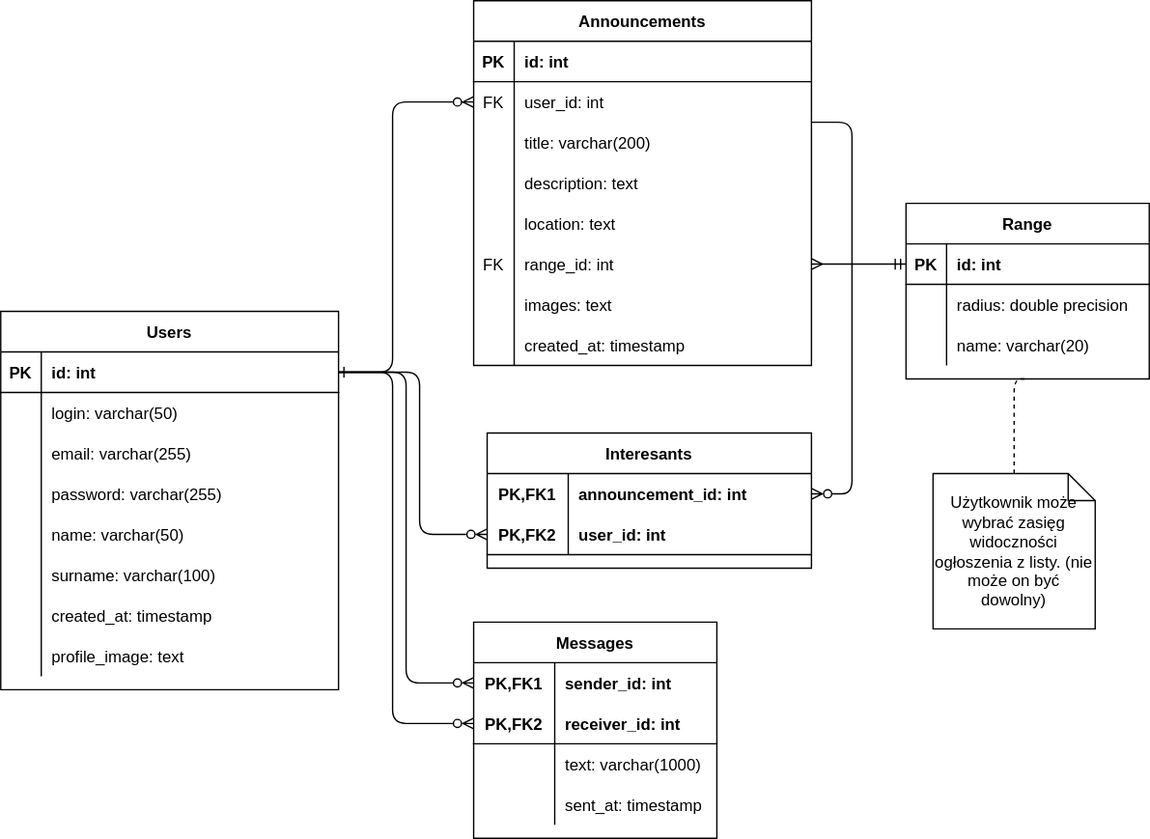
Earlier version of the draw.io export database_model.svg (CKTA00/WDPAI_project). Source tidied: cells renumbered, new cells last; positions are measured from the earlier drawing's top-left corner, leaving out a move shared by most shapes.
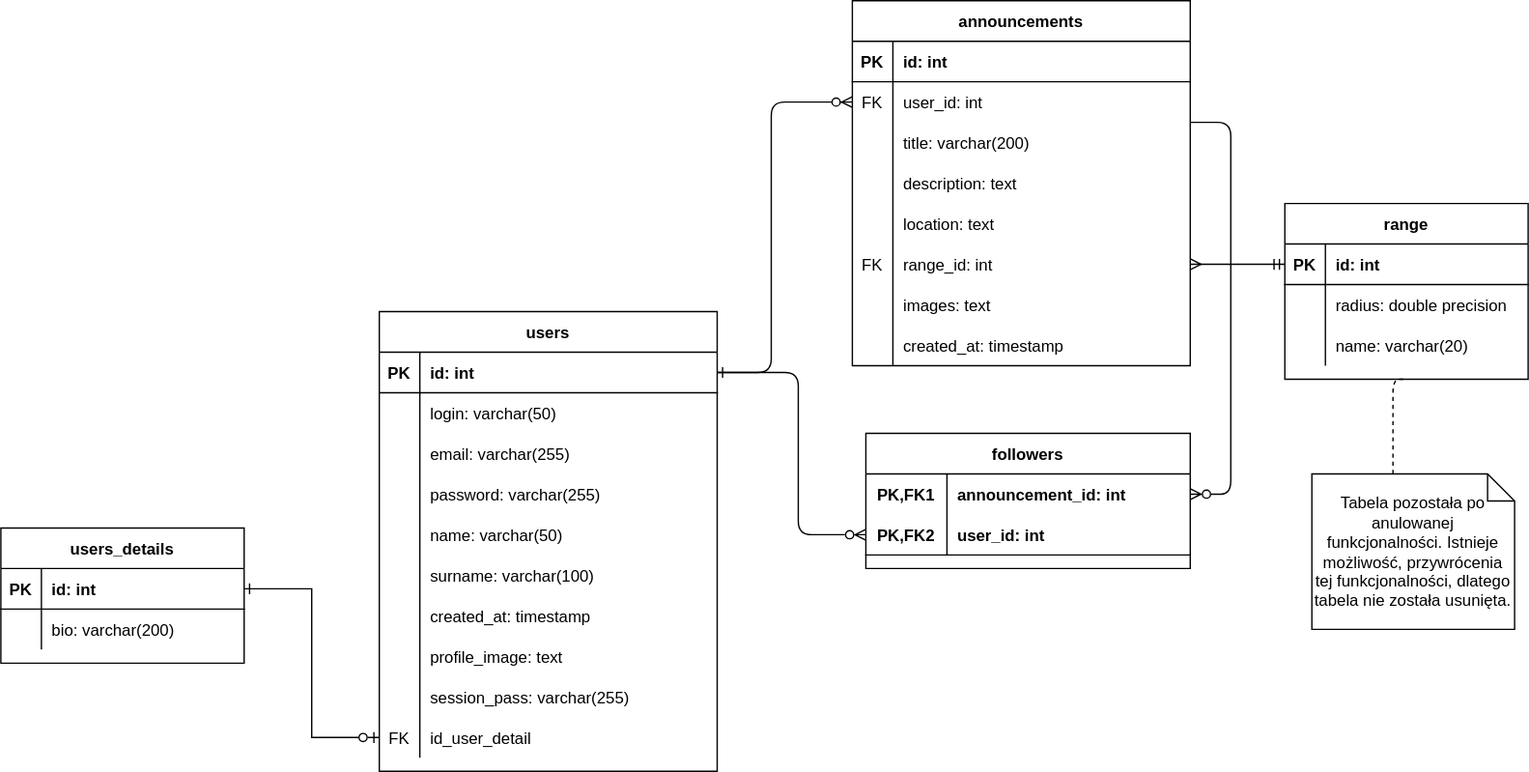
After the change.

What changed in the source:
```diff
@@ -9,7 +9,7 @@
         </Array>
       </mxGeometry>
     </mxCell>
-    <mxCell id="3" value="Announcements" style="shape=table;startSize=30;rowLines=0;fontStyle=1;align=center;" parent="1" vertex="1">
+    <mxCell id="3" value="announcements" style="shape=table;startSize=30;rowLines=0;fontStyle=1;align=center;" parent="1" vertex="1">
       <mxGeometry x="350" width="250" height="270" as="geometry" />
     </mxCell>
     <mxCell id="4" style="shape=partialRectangle;fillColor=none;top=0;left=0;right=0;bottom=1;" parent="3" vertex="1">
@@ -84,8 +84,8 @@
     <mxCell id="27" value="created_at: timestamp" style="shape=partialRectangle;overflow=hidden;fillColor=none;top=0;left=0;bottom=0;right=0;align=left;spacingLeft=6;" parent="25" vertex="1">
       <mxGeometry x="30" width="220" height="30" as="geometry" />
     </mxCell>
-    <mxCell id="28" value="Users" style="shape=table;startSize=30;rowLines=0;fontStyle=1;align=center;" parent="1" vertex="1">
-      <mxGeometry y="230" width="250" height="280" as="geometry" />
+    <mxCell id="28" value="users" style="shape=table;startSize=30;rowLines=0;fontStyle=1;align=center;" parent="1" vertex="1">
+      <mxGeometry y="230" width="250" height="340" as="geometry" />
     </mxCell>
     <mxCell id="29" style="shape=partialRectangle;fillColor=none;points=[[0,0.5],[1,0.5]];portConstraint=eastwest;top=0;left=0;right=0;bottom=1;" parent="28" vertex="1">
       <mxGeometry y="30" width="250" height="30" as="geometry" />
@@ -159,7 +159,25 @@
     <mxCell id="52" value="profile_image: text" style="shape=partialRectangle;overflow=hidden;fillColor=none;top=0;left=0;bottom=0;right=0;align=left;spacingLeft=6;" parent="50" vertex="1">
       <mxGeometry x="30" width="220" height="30" as="geometry" />
     </mxCell>
+    <mxCell id="90" style="shape=partialRectangle;fillColor=none;top=0;left=0;right=0;bottom=0;" parent="28" vertex="1">
+      <mxGeometry y="270" width="250" height="30" as="geometry" />
+    </mxCell>
+    <mxCell id="91" style="shape=partialRectangle;overflow=hidden;fillColor=none;top=0;left=0;bottom=0;right=0;" parent="90" vertex="1">
+      <mxGeometry width="30" height="30" as="geometry" />
+    </mxCell>
+    <mxCell id="92" value="session_pass: varchar(255)" style="shape=partialRectangle;overflow=hidden;fillColor=none;top=0;left=0;bottom=0;right=0;align=left;spacingLeft=6;" parent="90" vertex="1">
+      <mxGeometry x="30" width="220" height="30" as="geometry" />
+    </mxCell>
+    <mxCell id="93" style="shape=partialRectangle;fillColor=none;points=[[0,0.5],[1,0.5]];portConstraint=eastwest;top=0;left=0;right=0;bottom=0;" parent="28" vertex="1">
+      <mxGeometry y="300" width="250" height="30" as="geometry" />
+    </mxCell>
+    <mxCell id="94" value="FK" style="shape=partialRectangle;overflow=hidden;fillColor=none;top=0;left=0;bottom=0;right=0;" parent="93" vertex="1">
+      <mxGeometry width="30" height="30" as="geometry" />
+    </mxCell>
+    <mxCell id="95" value="id_user_detail" style="shape=partialRectangle;overflow=hidden;fillColor=none;top=0;left=0;bottom=0;right=0;align=left;spacingLeft=6;" parent="93" vertex="1">
+      <mxGeometry x="30" width="220" height="30" as="geometry" />
+    </mxCell>
-    <mxCell id="53" value="Interesants" style="shape=table;startSize=30;rowLines=0;fontStyle=1;align=center;" parent="1" vertex="1">
+    <mxCell id="53" value="followers" style="shape=table;startSize=30;rowLines=0;fontStyle=1;align=center;" parent="1" vertex="1">
       <mxGeometry x="360" y="320" width="240" height="100" as="geometry" />
     </mxCell>
     <mxCell id="54" style="shape=partialRectangle;fillColor=none;top=0;left=0;bottom=0;right=0;points=[[0,0.5],[1,0.5]];portConstraint=eastwest;" parent="53" vertex="1">
@@ -192,7 +210,7 @@
         </Array>
       </mxGeometry>
     </mxCell>
-    <mxCell id="62" value="Range" style="shape=table;startSize=30;rowLines=0;fontStyle=1;align=center;" parent="1" vertex="1">
+    <mxCell id="62" value="range" style="shape=table;startSize=30;rowLines=0;fontStyle=1;align=center;" parent="1" vertex="1">
       <mxGeometry x="670" y="150" width="180" height="130" as="geometry" />
     </mxCell>
     <mxCell id="63" style="shape=partialRectangle;fillColor=none;top=0;left=0;bottom=1;right=0;points=[[0,0.5],[1,0.5]];portConstraint=eastwest;" parent="62" vertex="1">
@@ -234,63 +252,32 @@
         </Array>
       </mxGeometry>
     </mxCell>
-    <mxCell id="74" value="Użytkownik może wybrać zasięg widoczności ogłoszenia z listy. (nie może on być dowolny)" style="shape=note;size=20;whiteSpace=wrap;html=1;" parent="1" vertex="1">
-      <mxGeometry x="690" y="350" width="120" height="115" as="geometry" />
+    <mxCell id="74" value="&lt;div&gt;Tabela pozostała po anulowanej funkcjonalności. Istnieje możliwość, przywrócenia tej funkcjonalności, dlatego tabela nie została usunięta.&lt;/div&gt;" style="shape=note;size=20;whiteSpace=wrap;html=1;" parent="1" vertex="1">
+      <mxGeometry x="690" y="350" width="150" height="115" as="geometry" />
     </mxCell>
-    <mxCell id="75" value="Messages" style="shape=table;startSize=30;rowLines=0;fontStyle=1;align=center;" parent="1" vertex="1">
-      <mxGeometry x="350" y="460" width="180" height="160" as="geometry" />
-    </mxCell>
-    <mxCell id="76" style="shape=partialRectangle;fillColor=none;top=0;left=0;bottom=0;right=0;points=[[0,0.5],[1,0.5]];portConstraint=eastwest;" parent="75" vertex="1">
-      <mxGeometry y="30" width="180" height="30" as="geometry" />
-    </mxCell>
-    <mxCell id="77" value="PK,FK1" style="shape=partialRectangle;fillColor=none;top=0;left=0;bottom=0;right=0;fontStyle=1;overflow=hidden;" parent="76" vertex="1">
-      <mxGeometry width="60" height="30" as="geometry" />
-    </mxCell>
-    <mxCell id="78" value="sender_id: int" style="shape=partialRectangle;fillColor=none;top=0;left=0;bottom=0;right=0;align=left;spacingLeft=6;fontStyle=1;overflow=hidden;" parent="76" vertex="1">
-      <mxGeometry x="60" width="120" height="30" as="geometry" />
-    </mxCell>
-    <mxCell id="79" style="shape=partialRectangle;fillColor=none;top=0;left=0;bottom=1;right=0;points=[[0,0.5],[1,0.5]];portConstraint=eastwest;" parent="75" vertex="1">
-      <mxGeometry y="60" width="180" height="30" as="geometry" />
-    </mxCell>
-    <mxCell id="80" value="PK,FK2" style="shape=partialRectangle;fillColor=none;top=0;left=0;bottom=0;right=0;fontStyle=1;overflow=hidden;" parent="79" vertex="1">
-      <mxGeometry width="60" height="30" as="geometry" />
-    </mxCell>
-    <mxCell id="81" value="receiver_id: int" style="shape=partialRectangle;fillColor=none;top=0;left=0;bottom=0;right=0;align=left;spacingLeft=6;fontStyle=1;overflow=hidden;" parent="79" vertex="1">
-      <mxGeometry x="60" width="120" height="30" as="geometry" />
-    </mxCell>
-    <mxCell id="82" style="shape=partialRectangle;fillColor=none;top=0;left=0;bottom=0;right=0;" parent="75" vertex="1">
-      <mxGeometry y="90" width="180" height="30" as="geometry" />
-    </mxCell>
-    <mxCell id="83" style="shape=partialRectangle;fillColor=none;top=0;left=0;bottom=0;right=0;overflow=hidden;" parent="82" vertex="1">
-      <mxGeometry width="60" height="30" as="geometry" />
-    </mxCell>
-    <mxCell id="84" value="text: varchar(1000)" style="shape=partialRectangle;fillColor=none;top=0;left=0;bottom=0;right=0;align=left;spacingLeft=6;overflow=hidden;" parent="82" vertex="1">
-      <mxGeometry x="60" width="120" height="30" as="geometry" />
-    </mxCell>
-    <mxCell id="85" style="shape=partialRectangle;fillColor=none;top=0;left=0;bottom=0;right=0;" parent="75" vertex="1">
-      <mxGeometry y="120" width="180" height="30" as="geometry" />
-    </mxCell>
-    <mxCell id="86" style="shape=partialRectangle;fillColor=none;top=0;left=0;bottom=0;right=0;overflow=hidden;" parent="85" vertex="1">
-      <mxGeometry width="60" height="30" as="geometry" />
-    </mxCell>
-    <mxCell id="87" value="sent_at: timestamp" style="shape=partialRectangle;fillColor=none;top=0;left=0;bottom=0;right=0;align=left;spacingLeft=6;overflow=hidden;" parent="85" vertex="1">
-      <mxGeometry x="60" width="120" height="30" as="geometry" />
-    </mxCell>
-    <mxCell id="88" style="edgeStyle=orthogonalEdgeStyle;rounded=1;jettySize=auto;html=1;exitX=1;exitY=0.5;exitDx=0;exitDy=0;entryX=0;entryY=0.5;entryDx=0;entryDy=0;endArrow=ERzeroToMany;endFill=0;" parent="1" edge="1" source="29" target="76">
-      <mxGeometry relative="1" as="geometry">
-        <Array as="points">
-          <mxPoint x="300" y="275" />
-          <mxPoint x="300" y="505" />
-        </Array>
-      </mxGeometry>
-    </mxCell>
-    <mxCell id="89" style="edgeStyle=orthogonalEdgeStyle;rounded=1;jettySize=auto;html=1;exitX=1;exitY=0.5;exitDx=0;exitDy=0;entryX=0;entryY=0.5;entryDx=0;entryDy=0;endArrow=ERzeroToMany;endFill=0;strokeWidth=1;" parent="1" edge="1" source="29" target="79">
-      <mxGeometry relative="1" as="geometry">
-        <Array as="points">
-          <mxPoint x="290" y="275" />
-          <mxPoint x="290" y="535" />
-        </Array>
-      </mxGeometry>
-    </mxCell>
+    <mxCell id="96" value="users_details" style="shape=table;startSize=30;rowLines=0;fontStyle=1;align=center;" parent="1" vertex="1">
+      <mxGeometry x="-280" y="390" width="180" height="100" as="geometry" />
+    </mxCell>
+    <mxCell id="97" style="shape=tableRow;horizontal=0;startSize=0;swimlaneHead=0;swimlaneBody=0;fillColor=none;points=[[0,0.5],[1,0.5]];portConstraint=eastwest;top=0;left=0;right=0;bottom=1;" parent="96" vertex="1">
+      <mxGeometry y="30" width="180" height="30" as="geometry" />
+    </mxCell>
+    <mxCell id="98" value="PK" style="shape=partialRectangle;fillColor=none;top=0;left=0;bottom=0;right=0;fontStyle=1;overflow=hidden;" parent="97" vertex="1">
+      <mxGeometry width="30" height="30" as="geometry" />
+    </mxCell>
+    <mxCell id="99" value="id: int" style="shape=partialRectangle;fillColor=none;top=0;left=0;bottom=0;right=0;align=left;spacingLeft=6;fontStyle=1;overflow=hidden;" parent="97" vertex="1">
+      <mxGeometry x="30" width="150" height="30" as="geometry" />
+    </mxCell>
+    <mxCell id="100" style="shape=tableRow;horizontal=0;startSize=0;swimlaneHead=0;swimlaneBody=0;fillColor=none;top=0;left=0;right=0;bottom=0;" parent="96" vertex="1">
+      <mxGeometry y="60" width="180" height="30" as="geometry" />
+    </mxCell>
+    <mxCell id="101" style="shape=partialRectangle;fillColor=none;top=0;left=0;bottom=0;right=0;overflow=hidden;" parent="100" vertex="1">
+      <mxGeometry width="30" height="30" as="geometry" />
+    </mxCell>
+    <mxCell id="102" value="bio: varchar(200)" style="shape=partialRectangle;fillColor=none;top=0;left=0;bottom=0;right=0;align=left;spacingLeft=6;overflow=hidden;" parent="100" vertex="1">
+      <mxGeometry x="30" width="150" height="30" as="geometry" />
+    </mxCell>
+    <mxCell id="103" style="edgeStyle=orthogonalEdgeStyle;rounded=0;jettySize=auto;html=1;entryX=0;entryY=0.5;entryDx=0;entryDy=0;endArrow=ERzeroToOne;endFill=0;startArrow=ERone;startFill=0;" parent="1" edge="1" source="97" target="93">
+      <mxGeometry relative="1" as="geometry" />
+    </mxCell>
   </root>
 </mxGraphModel>
```
